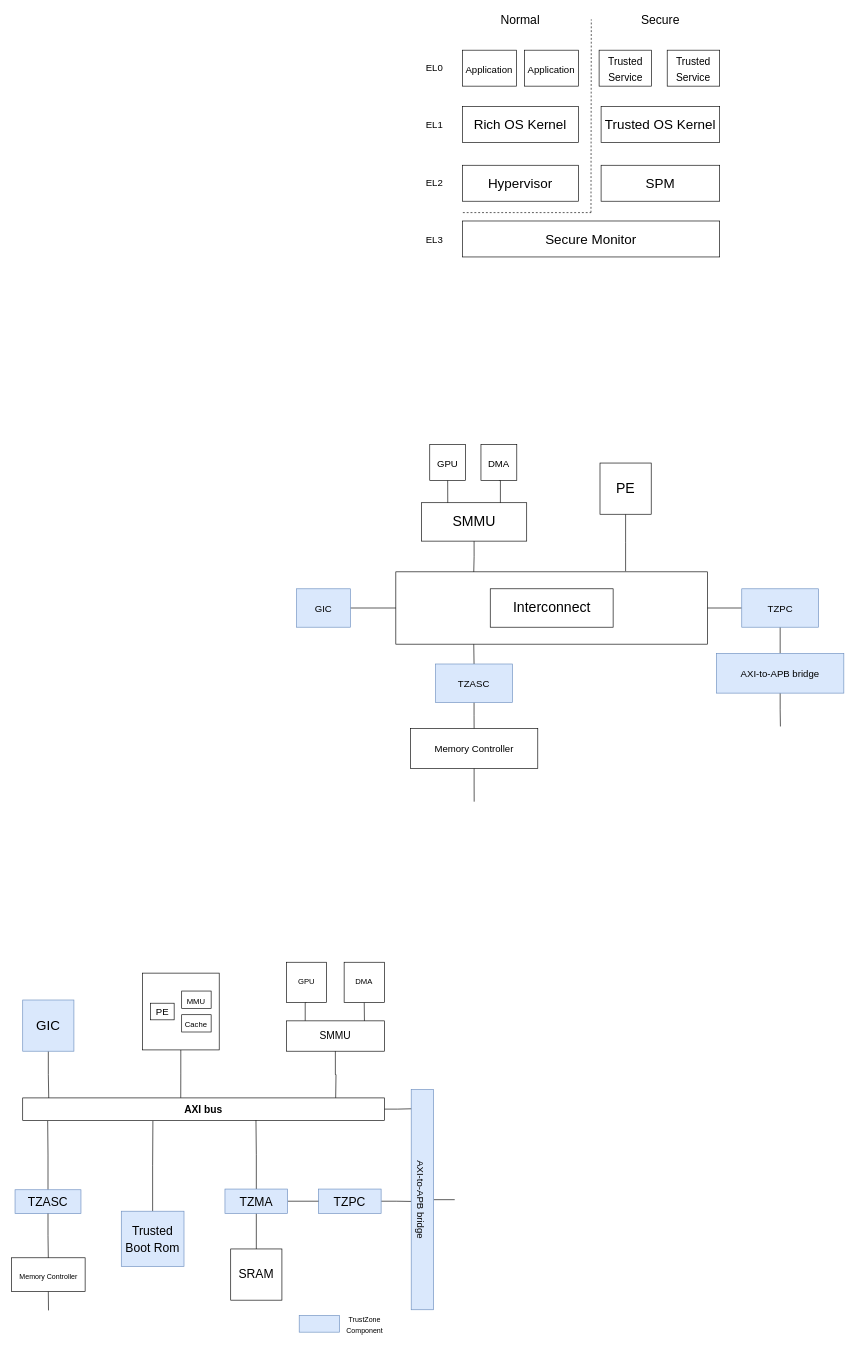
The draw.io diagram TrustZone.drawio in EdisonE3/vue_learn, before the edit. Source tidied: cells renumbered, new cells numbered last; positions are measured from the earlier drawing's top-left corner, leaving out a move shared by most shapes. Both pictures are drawn from the tidied source at 64%, with x=0, y=0 at pixel (11, 11).
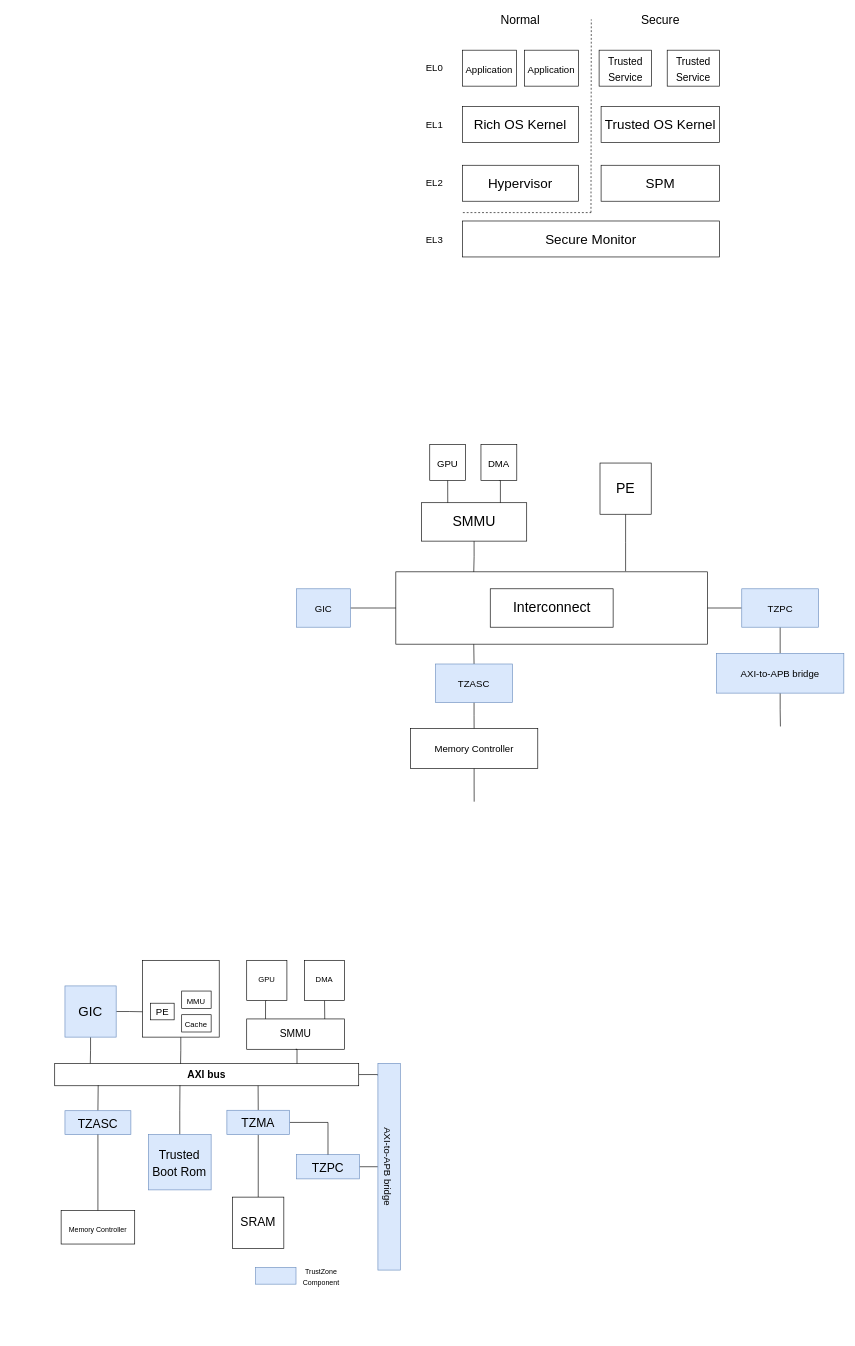
Above is the later version.

Unchanged cells that the change refers to:
```xml
<mxCell id="52" value="SMMU" style="rounded=0;whiteSpace=wrap;html=1;fontSize=16;" parent="49" vertex="1">
  <mxGeometry y="91.6" width="153" height="47.4" as="geometry" />
</mxCell>
```

The edit, as a diff of the source:
```diff
@@
-    <mxCell id="43" style="edgeStyle=orthogonalEdgeStyle;rounded=0;jettySize=auto;html=1;exitX=0.5;exitY=1;exitDx=0;exitDy=0;entryX=0.072;entryY=0.04;entryDx=0;entryDy=0;entryPerimeter=0;fontSize=16;endArrow=none;endFill=0;" parent="1" edge="1" source="44" target="46">
+    <mxCell id="43" style="edgeStyle=orthogonalEdgeStyle;rounded=0;jettySize=auto;html=1;exitX=0.5;exitY=1;exitDx=0;exitDy=0;entryX=0.117;entryY=0.038;entryDx=0;entryDy=0;entryPerimeter=0;endArrow=none;endFill=0;" parent="1" edge="1" source="44" target="46">
       <mxGeometry relative="1" as="geometry" />
     </mxCell>
+    <mxCell id="80" style="edgeStyle=orthogonalEdgeStyle;rounded=0;jettySize=auto;html=1;exitX=1;exitY=0.5;exitDx=0;exitDy=0;entryX=0.023;entryY=0.67;entryDx=0;entryDy=0;entryPerimeter=0;endArrow=none;endFill=0;" parent="1" edge="1" source="44" target="48">
+      <mxGeometry relative="1" as="geometry" />
+    </mxCell>
     <mxCell id="44" value="&lt;font style=&quot;font-size: 21px;&quot;&gt;GIC&lt;/font&gt;" style="whiteSpace=wrap;html=1;fillColor=#dae8fc;strokeColor=#6c8ebf;" parent="1" vertex="1">
-      <mxGeometry x="18" y="1545" width="80" height="80" as="geometry" />
+      <mxGeometry x="84" y="1523" width="80" height="80" as="geometry" />
     </mxCell>
-    <mxCell id="45" style="edgeStyle=orthogonalEdgeStyle;rounded=0;jettySize=auto;html=1;exitX=1;exitY=0.5;exitDx=0;exitDy=0;entryX=0.087;entryY=0.952;entryDx=0;entryDy=0;entryPerimeter=0;fontSize=21;endArrow=none;endFill=0;" parent="1" edge="1" source="46" target="75">
+    <mxCell id="45" style="edgeStyle=orthogonalEdgeStyle;rounded=0;jettySize=auto;html=1;exitX=1;exitY=0.5;exitDx=0;exitDy=0;entryX=0.06;entryY=0.997;entryDx=0;entryDy=0;entryPerimeter=0;endArrow=none;endFill=0;" parent="1" edge="1" source="46" target="75">
       <mxGeometry relative="1" as="geometry" />
     </mxCell>
     <mxCell id="46" value="&lt;font style=&quot;font-size: 16px;&quot;&gt;&lt;b&gt;AXI bus&lt;/b&gt;&lt;/font&gt;" style="rounded=0;whiteSpace=wrap;html=1;" parent="1" vertex="1">
-      <mxGeometry x="18" y="1698" width="565" height="35" as="geometry" />
+      <mxGeometry x="68" y="1644" width="475" height="35" as="geometry" />
     </mxCell>
-    <mxCell id="47" style="edgeStyle=orthogonalEdgeStyle;rounded=0;jettySize=auto;html=1;exitX=0.5;exitY=1;exitDx=0;exitDy=0;fontSize=11;endArrow=none;endFill=0;entryX=0.437;entryY=-0.006;entryDx=0;entryDy=0;entryPerimeter=0;" parent="1" edge="1" source="48" target="46">
+    <mxCell id="47" style="edgeStyle=orthogonalEdgeStyle;rounded=0;jettySize=auto;html=1;exitX=0.5;exitY=1;exitDx=0;exitDy=0;entryX=0.414;entryY=0.016;entryDx=0;entryDy=0;entryPerimeter=0;endArrow=none;endFill=0;" parent="1" edge="1" source="48" target="46">
       <mxGeometry relative="1" as="geometry" />
     </mxCell>
     <mxCell id="48" style="whiteSpace=wrap;html=1;" parent="1" vertex="1">
-      <mxGeometry x="205" y="1503" width="120" height="120" as="geometry" />
+      <mxGeometry x="205" y="1483" width="120" height="120" as="geometry" />
     </mxCell>
     <mxCell id="49" style="group;" parent="1" vertex="1">
-      <mxGeometry x="430" y="1486" width="153" height="139" as="geometry" />
+      <mxGeometry x="368" y="1483" width="153" height="139" as="geometry" />
     </mxCell>
@@
-    <mxCell id="55" style="edgeStyle=orthogonalEdgeStyle;rounded=0;jettySize=auto;html=1;exitX=0.5;exitY=1;exitDx=0;exitDy=0;fontSize=16;endArrow=none;endFill=0;" parent="1" edge="1" source="52">
-      <mxGeometry relative="1" as="geometry">
-        <mxPoint x="507" y="1697.8" as="targetPoint" />
-      </mxGeometry>
-    </mxCell>
-    <mxCell id="56" style="edgeStyle=orthogonalEdgeStyle;rounded=0;jettySize=auto;html=1;exitX=1;exitY=0.5;exitDx=0;exitDy=0;entryX=0.508;entryY=0.985;entryDx=0;entryDy=0;entryPerimeter=0;fontSize=11;endArrow=none;endFill=0;" parent="1" edge="1" source="57" target="75">
+    <mxCell id="56" style="edgeStyle=orthogonalEdgeStyle;rounded=0;jettySize=auto;html=1;exitX=1;exitY=0.5;exitDx=0;exitDy=0;entryX=0.5;entryY=1;entryDx=0;entryDy=0;endArrow=none;endFill=0;" parent="1" edge="1" source="57" target="75">
       <mxGeometry relative="1" as="geometry" />
     </mxCell>
     <mxCell id="57" value="&lt;font style=&quot;font-size: 19px;&quot;&gt;TZPC&lt;/font&gt;" style="rounded=0;whiteSpace=wrap;html=1;fontSize=21;fillColor=#dae8fc;strokeColor=#6c8ebf;" parent="1" vertex="1">
-      <mxGeometry x="480" y="1840.4" width="98" height="38" as="geometry" />
+      <mxGeometry x="446" y="1786.5" width="98" height="38" as="geometry" />
     </mxCell>
-    <mxCell id="58" style="edgeStyle=orthogonalEdgeStyle;rounded=0;orthogonalLoop=1;jettySize=auto;html=1;exitX=0.5;exitY=0;exitDx=0;exitDy=0;fontSize=16;endArrow=none;endFill=0;" parent="1" edge="1">
-      <mxGeometry relative="1" as="geometry">
-        <mxPoint x="660" y="1857" as="sourcePoint" />
-        <mxPoint x="693" y="1857.7" as="targetPoint" />
-      </mxGeometry>
-    </mxCell>
@@
-    <mxCell id="62" style="edgeStyle=orthogonalEdgeStyle;rounded=0;jettySize=auto;html=1;exitX=0.5;exitY=0;exitDx=0;exitDy=0;entryX=0.069;entryY=1.029;entryDx=0;entryDy=0;entryPerimeter=0;fontSize=19;endArrow=none;endFill=0;" parent="1" edge="1" source="63" target="46">
+    <mxCell id="62" style="edgeStyle=orthogonalEdgeStyle;rounded=0;jettySize=auto;html=1;exitX=0.5;exitY=0;exitDx=0;exitDy=0;entryX=0.143;entryY=0.978;entryDx=0;entryDy=0;entryPerimeter=0;endArrow=none;endFill=0;" parent="1" edge="1" source="63" target="46">
       <mxGeometry relative="1" as="geometry" />
     </mxCell>
     <mxCell id="63" value="&lt;font style=&quot;font-size: 19px;&quot;&gt;TZASC&lt;/font&gt;" style="rounded=0;whiteSpace=wrap;html=1;fontSize=21;fillColor=#dae8fc;strokeColor=#6c8ebf;" parent="1" vertex="1">
-      <mxGeometry x="6" y="1841.5" width="103" height="37.3" as="geometry" />
+      <mxGeometry x="84" y="1718" width="103" height="37.3" as="geometry" />
     </mxCell>
-    <mxCell id="64" style="edgeStyle=orthogonalEdgeStyle;rounded=0;jettySize=auto;html=1;exitX=0.5;exitY=1;exitDx=0;exitDy=0;fontSize=19;endArrow=none;endFill=0;" parent="1" edge="1" source="65">
-      <mxGeometry relative="1" as="geometry">
-        <mxPoint x="58.3" y="2030" as="targetPoint" />
-      </mxGeometry>
-    </mxCell>
     <mxCell id="65" value="&lt;font style=&quot;font-size: 11px;&quot;&gt;Memory Controller&lt;/font&gt;" style="rounded=0;whiteSpace=wrap;html=1;fontSize=21;" parent="1" vertex="1">
-      <mxGeometry x="0.5" y="1947.8" width="115" height="52.5" as="geometry" />
+      <mxGeometry x="78" y="1873.8" width="115" height="52.5" as="geometry" />
     </mxCell>
@@
+    <mxCell id="69" style="edgeStyle=orthogonalEdgeStyle;rounded=0;jettySize=auto;html=1;exitX=1;exitY=0.5;exitDx=0;exitDy=0;entryX=0.5;entryY=0;entryDx=0;entryDy=0;endArrow=none;endFill=0;" parent="1" edge="1" source="70" target="57">
+      <mxGeometry relative="1" as="geometry" />
+    </mxCell>
-    <mxCell id="67" style="edgeStyle=orthogonalEdgeStyle;rounded=0;jettySize=auto;html=1;exitX=0.5;exitY=0;exitDx=0;exitDy=0;entryX=0.645;entryY=0.996;entryDx=0;entryDy=0;entryPerimeter=0;fontSize=19;endArrow=none;endFill=0;" parent="1" edge="1" source="70" target="46">
+    <mxCell id="67" style="edgeStyle=orthogonalEdgeStyle;rounded=0;jettySize=auto;html=1;exitX=0.5;exitY=0;exitDx=0;exitDy=0;entryX=0.669;entryY=1;entryDx=0;entryDy=0;entryPerimeter=0;endArrow=none;endFill=0;" parent="1" edge="1" source="70" target="46">
       <mxGeometry relative="1" as="geometry" />
     </mxCell>
-    <mxCell id="68" style="edgeStyle=orthogonalEdgeStyle;rounded=0;jettySize=auto;html=1;exitX=0.5;exitY=1;exitDx=0;exitDy=0;entryX=0.5;entryY=0;entryDx=0;entryDy=0;fontSize=19;endArrow=none;endFill=0;" parent="1" edge="1" source="70" target="73">
+    <mxCell id="68" style="edgeStyle=orthogonalEdgeStyle;rounded=0;jettySize=auto;html=1;entryX=0.5;entryY=0;entryDx=0;entryDy=0;endArrow=none;endFill=0;" parent="1" edge="1" source="70" target="73">
       <mxGeometry relative="1" as="geometry" />
     </mxCell>
-    <mxCell id="69" style="edgeStyle=orthogonalEdgeStyle;rounded=0;jettySize=auto;html=1;exitX=1;exitY=0.5;exitDx=0;exitDy=0;fontSize=11;endArrow=none;endFill=0;entryX=0;entryY=0.5;entryDx=0;entryDy=0;" parent="1" edge="1" source="70" target="57">
-      <mxGeometry relative="1" as="geometry" />
-    </mxCell>
     <mxCell id="70" value="&lt;font style=&quot;font-size: 19px;&quot;&gt;TZMA&lt;/font&gt;" style="rounded=0;whiteSpace=wrap;html=1;fontSize=21;fillColor=#dae8fc;strokeColor=#6c8ebf;" parent="1" vertex="1">
-      <mxGeometry x="334" y="1840.4" width="98" height="38" as="geometry" />
+      <mxGeometry x="337" y="1717.3" width="98" height="38" as="geometry" />
     </mxCell>
-    <mxCell id="71" style="edgeStyle=orthogonalEdgeStyle;rounded=0;jettySize=auto;html=1;exitX=0.5;exitY=0;exitDx=0;exitDy=0;entryX=0.36;entryY=1.029;entryDx=0;entryDy=0;entryPerimeter=0;fontSize=19;endArrow=none;endFill=0;" parent="1" edge="1" source="72" target="46">
+    <mxCell id="71" style="edgeStyle=orthogonalEdgeStyle;rounded=0;jettySize=auto;html=1;exitX=0.5;exitY=0;exitDx=0;exitDy=0;entryX=0.412;entryY=0.978;entryDx=0;entryDy=0;entryPerimeter=0;endArrow=none;endFill=0;" parent="1" edge="1" source="72" target="46">
       <mxGeometry relative="1" as="geometry" />
     </mxCell>
     <mxCell id="72" value="&lt;font style=&quot;font-size: 19px;&quot;&gt;Trusted&lt;br&gt;Boot Rom&lt;br&gt;&lt;/font&gt;" style="rounded=0;whiteSpace=wrap;html=1;fontSize=21;fillColor=#dae8fc;strokeColor=#6c8ebf;" parent="1" vertex="1">
-      <mxGeometry x="172" y="1875" width="98" height="86.4" as="geometry" />
+      <mxGeometry x="214.4" y="1755.3" width="98" height="86.4" as="geometry" />
     </mxCell>
     <mxCell id="73" value="SRAM" style="whiteSpace=wrap;html=1;fontSize=19;" parent="1" vertex="1">
-      <mxGeometry x="343" y="1934" width="80" height="80" as="geometry" />
+      <mxGeometry x="346" y="1853" width="80" height="80" as="geometry" />
     </mxCell>
     <mxCell id="74" style="group;" parent="1" vertex="1">
-      <mxGeometry x="625" y="1685" width="35" height="344" as="geometry" />
+      <mxGeometry x="573" y="1644" width="35" height="323" as="geometry" />
     </mxCell>
     <mxCell id="75" style="rounded=0;whiteSpace=wrap;html=1;fontSize=21;direction=south;fillColor=#dae8fc;strokeColor=#6c8ebf;" parent="74" vertex="1">
-      <mxGeometry width="35" height="344" as="geometry" />
+      <mxGeometry width="35" height="323" as="geometry" />
     </mxCell>
     <mxCell id="76" value="&lt;font style=&quot;font-size: 15px;&quot;&gt;AXI-to-APB bridge&lt;/font&gt;" style="text;html=1;strokeColor=none;fillColor=none;align=center;verticalAlign=middle;whiteSpace=wrap;rounded=0;fontSize=21;rotation=90;" parent="74" vertex="1">
-      <mxGeometry x="-128" y="156.5" width="291" height="31" as="geometry" />
+      <mxGeometry x="-128" y="146.9" width="291" height="29.1" as="geometry" />
     </mxCell>
     <mxCell id="77" style="group;" parent="1" vertex="1">
-      <mxGeometry x="450" y="2036" width="165" height="30" as="geometry" />
+      <mxGeometry x="382" y="1961" width="165" height="30" as="geometry" />
     </mxCell>
@@
+    <mxCell id="81" style="edgeStyle=orthogonalEdgeStyle;rounded=0;jettySize=auto;html=1;exitX=0.5;exitY=1;exitDx=0;exitDy=0;entryX=0.797;entryY=0.01;entryDx=0;entryDy=0;entryPerimeter=0;endArrow=none;endFill=0;" parent="1" edge="1" source="52" target="46">
+      <mxGeometry relative="1" as="geometry" />
+    </mxCell>
```
